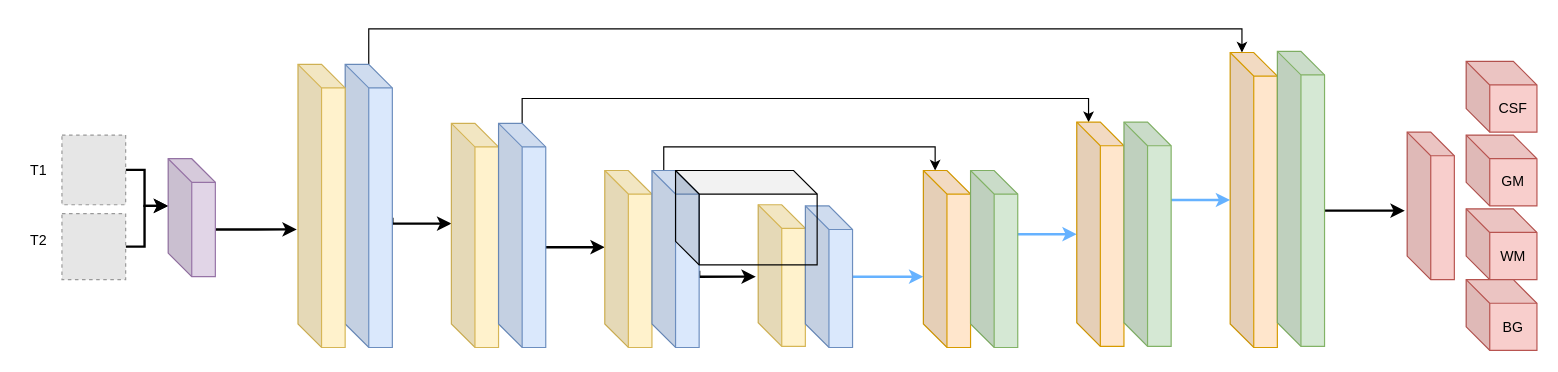
Earlier version of the draw.io diagram page "Page-3" (3 of 4) of Untitled Diagram.drawio (zepherusqin/zepherusqin.github.io). Source tidied: cells renumbered, new cells numbered last; positions are measured from the earlier drawing's top-left corner, leaving out a move shared by most shapes. Both pictures are drawn from the tidied source at 118%, with x=0, y=0 at pixel (20, 51). Pictures stored in the file or linked from it are replaced by grey dashed boxes.
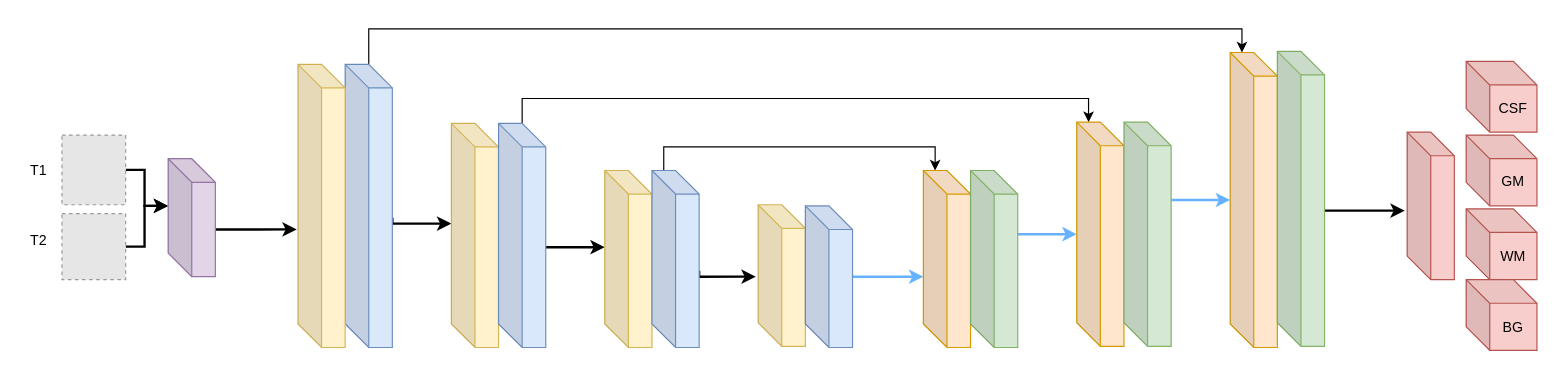
Above is the later version.

The edit, as a diff of the source:
```diff
@@
-    <mxCell id="35" style="shape=cube;whiteSpace=wrap;html=1;boundedLbl=1;backgroundOutline=1;darkOpacity=0.05;darkOpacity2=0.1;fillColor=none;" parent="1" vertex="1">
-      <mxGeometry x="555" y="101" width="120" height="80" as="geometry" />
-    </mxCell>
```
